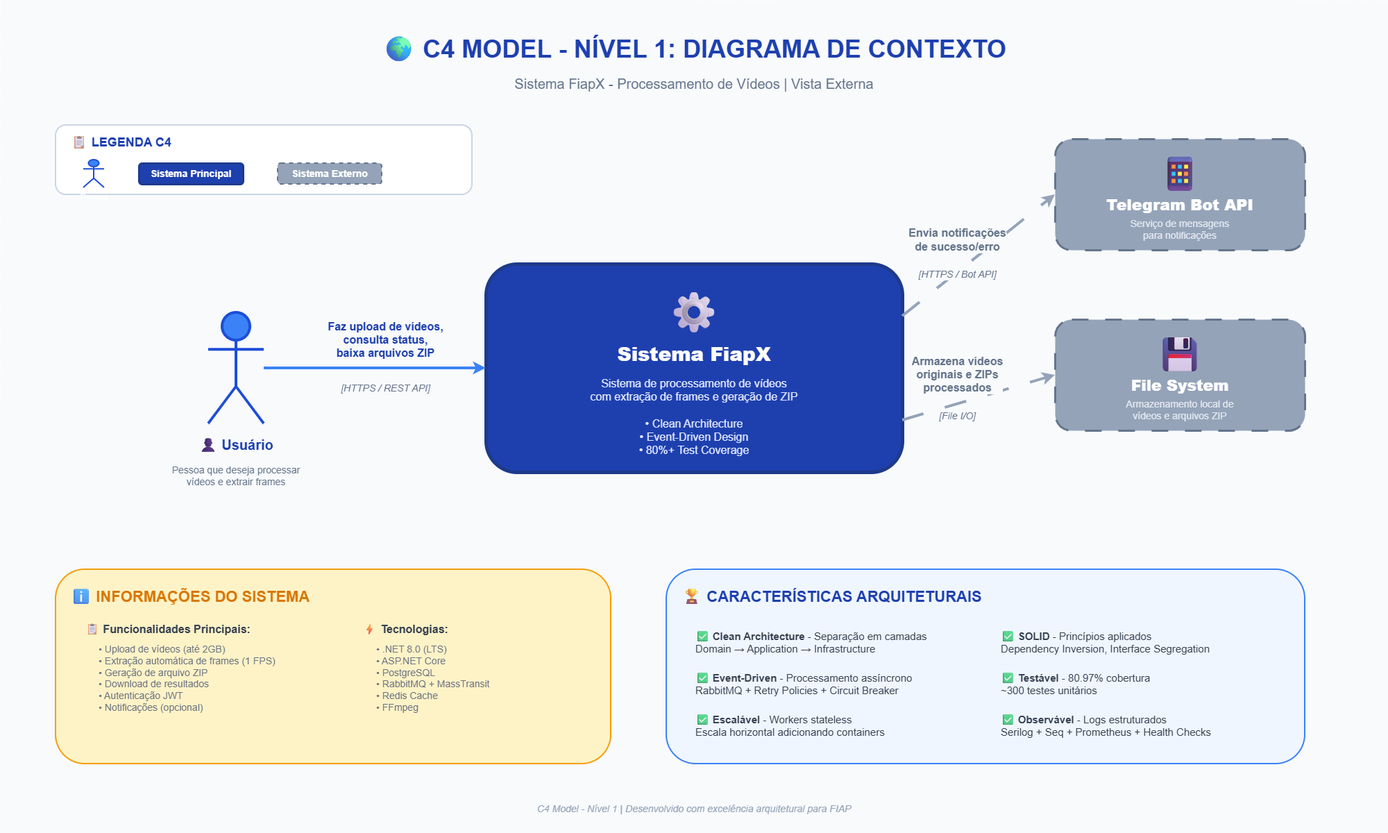
The draw.io diagram docs/diagrams/02-c4-nivel1-contexto.png in PosTechFiap-Entregas/TechChallenge-fase-5-FIAP, before a commit. Source tidied: cells renumbered, new cells last; positions are measured from the earlier drawing's top-left corner, leaving out a move shared by most shapes. Source of this version:
```xml
<mxGraphModel>
  <root>
    <mxCell id="0" />
    <mxCell id="1" parent="0" />
    <mxCell id="2" style="rounded=0;whiteSpace=wrap;html=1;fillColor=#f8fafc;strokeColor=none;" parent="1" vertex="1">
      <mxGeometry width="2000" height="1200" as="geometry" />
    </mxCell>
    <mxCell id="3" value="🌍 C4 MODEL - NÍVEL 1: DIAGRAMA DE CONTEXTO" style="text;html=1;strokeColor=none;fillColor=none;align=center;verticalAlign=middle;whiteSpace=wrap;rounded=0;fontSize=36;fontStyle=1;fontColor=#1e40af;" parent="1" vertex="1">
      <mxGeometry x="400" y="40" width="1200" height="60" as="geometry" />
    </mxCell>
    <mxCell id="4" value="Sistema FiapX - Processamento de Vídeos | Vista Externa" style="text;html=1;strokeColor=none;fillColor=none;align=center;verticalAlign=middle;whiteSpace=wrap;rounded=0;fontSize=20;fontColor=#64748b;" parent="1" vertex="1">
      <mxGeometry x="500" y="100" width="1000" height="40" as="geometry" />
    </mxCell>
    <mxCell id="5" style="rounded=1;whiteSpace=wrap;html=1;fillColor=#ffffff;strokeColor=#cbd5e1;strokeWidth=2;" parent="1" vertex="1">
      <mxGeometry x="80" y="180" width="600" height="100" as="geometry" />
    </mxCell>
    <mxCell id="6" value="📋 LEGENDA C4" style="text;html=1;strokeColor=none;fillColor=none;align=left;verticalAlign=middle;whiteSpace=wrap;rounded=0;fontSize=18;fontStyle=1;fontColor=#1e40af;" parent="1" vertex="1">
      <mxGeometry x="100" y="190" width="200" height="30" as="geometry" />
    </mxCell>
    <mxCell id="7" value="Pessoa" style="shape=umlActor;verticalLabelPosition=bottom;verticalAlign=top;html=1;fillColor=#3b82f6;strokeColor=#1d4ed8;strokeWidth=2;" parent="1" vertex="1">
      <mxGeometry x="120" y="230" width="30" height="40" as="geometry" />
    </mxCell>
    <mxCell id="8" value="Sistema Principal" style="rounded=1;whiteSpace=wrap;html=1;fillColor=#1e40af;strokeColor=#1e3a8a;strokeWidth=3;fontColor=#ffffff;fontStyle=1;fontSize=14;" parent="1" vertex="1">
      <mxGeometry x="200" y="235" width="150" height="30" as="geometry" />
    </mxCell>
    <mxCell id="9" value="Sistema Externo" style="rounded=1;whiteSpace=wrap;html=1;fillColor=#94a3b8;strokeColor=#64748b;strokeWidth=2;fontColor=#ffffff;fontStyle=1;fontSize=14;dashed=1;" parent="1" vertex="1">
      <mxGeometry x="400" y="235" width="150" height="30" as="geometry" />
    </mxCell>
    <mxCell id="10" style="shape=umlActor;verticalLabelPosition=bottom;verticalAlign=top;html=1;fillColor=#3b82f6;strokeColor=#1d4ed8;strokeWidth=4;" parent="1" vertex="1">
      <mxGeometry x="300" y="450" width="80" height="160" as="geometry" />
    </mxCell>
    <mxCell id="11" value="&lt;b&gt;👤 Usuário&lt;/b&gt;" style="text;html=1;strokeColor=none;fillColor=none;align=center;verticalAlign=middle;whiteSpace=wrap;rounded=0;fontSize=20;fontColor=#1e40af;" parent="1" vertex="1">
      <mxGeometry x="240" y="620" width="200" height="40" as="geometry" />
    </mxCell>
    <mxCell id="12" value="Pessoa que deseja processar&#10;vídeos e extrair frames" style="text;html=1;strokeColor=none;fillColor=none;align=center;verticalAlign=middle;whiteSpace=wrap;rounded=0;fontSize=14;fontColor=#64748b;" parent="1" vertex="1">
      <mxGeometry x="190" y="660" width="300" height="50" as="geometry" />
    </mxCell>
    <mxCell id="13" style="rounded=1;whiteSpace=wrap;html=1;fillColor=#1e40af;strokeColor=#1e3a8a;strokeWidth=5;" parent="1" vertex="1">
      <mxGeometry x="700" y="380" width="600" height="300" as="geometry" />
    </mxCell>
    <mxCell id="14" value="⚙️" style="text;html=1;strokeColor=none;fillColor=none;align=center;verticalAlign=middle;whiteSpace=wrap;rounded=0;fontSize=60;" parent="1" vertex="1">
      <mxGeometry x="970" y="420" width="60" height="60" as="geometry" />
    </mxCell>
    <mxCell id="15" value="&lt;b&gt;Sistema FiapX&lt;/b&gt;" style="text;html=1;strokeColor=none;fillColor=none;align=center;verticalAlign=middle;whiteSpace=wrap;rounded=0;fontSize=28;fontColor=#ffffff;fontStyle=1;" parent="1" vertex="1">
      <mxGeometry x="750" y="490" width="500" height="40" as="geometry" />
    </mxCell>
    <mxCell id="16" value="Sistema de processamento de vídeos&#10;com extração de frames e geração de ZIP&#10;&#10;• Clean Architecture&#10;• Event-Driven Design&#10;• 80%+ Test Coverage" style="text;html=1;strokeColor=none;fillColor=none;align=center;verticalAlign=middle;whiteSpace=wrap;rounded=0;fontSize=16;fontColor=#e0e7ff;" parent="1" vertex="1">
      <mxGeometry x="750" y="540" width="500" height="120" as="geometry" />
    </mxCell>
    <mxCell id="17" style="rounded=1;whiteSpace=wrap;html=1;fillColor=#94a3b8;strokeColor=#64748b;strokeWidth=3;dashed=1;dashPattern=8 8;" parent="1" vertex="1">
      <mxGeometry x="1520" y="200" width="360" height="160" as="geometry" />
    </mxCell>
    <mxCell id="18" value="📱" style="text;html=1;strokeColor=none;fillColor=none;align=center;verticalAlign=middle;whiteSpace=wrap;rounded=0;fontSize=50;" parent="1" vertex="1">
      <mxGeometry x="1670" y="220" width="60" height="60" as="geometry" />
    </mxCell>
    <mxCell id="19" value="&lt;b&gt;Telegram Bot API&lt;/b&gt;" style="text;html=1;strokeColor=none;fillColor=none;align=center;verticalAlign=middle;whiteSpace=wrap;rounded=0;fontSize=22;fontColor=#ffffff;fontStyle=1;" parent="1" vertex="1">
      <mxGeometry x="1550" y="280" width="300" height="30" as="geometry" />
    </mxCell>
    <mxCell id="20" value="Serviço de mensagens&#10;para notificações" style="text;html=1;strokeColor=none;fillColor=none;align=center;verticalAlign=middle;whiteSpace=wrap;rounded=0;fontSize=14;fontColor=#e2e8f0;" parent="1" vertex="1">
      <mxGeometry x="1550" y="310" width="300" height="40" as="geometry" />
    </mxCell>
    <mxCell id="21" style="rounded=1;whiteSpace=wrap;html=1;fillColor=#94a3b8;strokeColor=#64748b;strokeWidth=3;dashed=1;dashPattern=8 8;" parent="1" vertex="1">
      <mxGeometry x="1520" y="460" width="360" height="160" as="geometry" />
    </mxCell>
    <mxCell id="22" value="💾" style="text;html=1;strokeColor=none;fillColor=none;align=center;verticalAlign=middle;whiteSpace=wrap;rounded=0;fontSize=50;" parent="1" vertex="1">
      <mxGeometry x="1670" y="480" width="60" height="60" as="geometry" />
    </mxCell>
    <mxCell id="23" value="&lt;b&gt;File System&lt;/b&gt;" style="text;html=1;strokeColor=none;fillColor=none;align=center;verticalAlign=middle;whiteSpace=wrap;rounded=0;fontSize=22;fontColor=#ffffff;fontStyle=1;" parent="1" vertex="1">
      <mxGeometry x="1550" y="540" width="300" height="30" as="geometry" />
    </mxCell>
    <mxCell id="24" value="Armazenamento local de&#10;vídeos e arquivos ZIP" style="text;html=1;strokeColor=none;fillColor=none;align=center;verticalAlign=middle;whiteSpace=wrap;rounded=0;fontSize=14;fontColor=#e2e8f0;" parent="1" vertex="1">
      <mxGeometry x="1550" y="570" width="300" height="40" as="geometry" />
    </mxCell>
    <mxCell id="25" style="endArrow=classic;html=1;strokeWidth=4;strokeColor=#3b82f6;exitX=1;exitY=0.5;exitDx=0;exitDy=0;entryX=0;entryY=0.5;entryDx=0;entryDy=0;" parent="1" edge="1" source="10" target="13">
      <mxGeometry relative="1" as="geometry" />
    </mxCell>
    <mxCell id="26" value="&lt;b&gt;Faz upload de vídeos,&#10;consulta status,&#10;baixa arquivos ZIP&lt;/b&gt;" style="edgeLabel;html=1;align=center;verticalAlign=middle;fontSize=16;fontColor=#1e40af;labelBackgroundColor=#f8fafc;fontStyle=0;" parent="25" vertex="1">
      <mxGeometry x="-0.1" y="2" relative="1" as="geometry">
        <mxPoint x="30" y="-40" as="offset" />
      </mxGeometry>
    </mxCell>
    <mxCell id="27" value="[HTTPS / REST API]" style="edgeLabel;html=1;align=center;verticalAlign=middle;fontSize=14;fontColor=#64748b;labelBackgroundColor=#f8fafc;fontStyle=2;" parent="25" vertex="1">
      <mxGeometry x="-0.1" y="2" relative="1" as="geometry">
        <mxPoint x="30" y="30" as="offset" />
      </mxGeometry>
    </mxCell>
    <mxCell id="28" style="endArrow=classic;html=1;strokeWidth=4;strokeColor=#94a3b8;exitX=1;exitY=0.25;exitDx=0;exitDy=0;entryX=0;entryY=0.5;entryDx=0;entryDy=0;dashed=1;dashPattern=8 8;" parent="1" edge="1" source="13" target="17">
      <mxGeometry relative="1" as="geometry" />
    </mxCell>
    <mxCell id="29" value="&lt;b&gt;Envia notificações&#10;de sucesso/erro&lt;/b&gt;" style="edgeLabel;html=1;align=center;verticalAlign=middle;fontSize=16;fontColor=#64748b;labelBackgroundColor=#f8fafc;" parent="28" vertex="1">
      <mxGeometry x="-0.1" y="2" relative="1" as="geometry">
        <mxPoint x="-20" y="-30" as="offset" />
      </mxGeometry>
    </mxCell>
    <mxCell id="30" value="[HTTPS / Bot API]" style="edgeLabel;html=1;align=center;verticalAlign=middle;fontSize=14;fontColor=#64748b;labelBackgroundColor=#f8fafc;fontStyle=2;" parent="28" vertex="1">
      <mxGeometry x="-0.1" y="2" relative="1" as="geometry">
        <mxPoint x="-20" y="20" as="offset" />
      </mxGeometry>
    </mxCell>
    <mxCell id="31" style="endArrow=classic;html=1;strokeWidth=4;strokeColor=#94a3b8;exitX=1;exitY=0.75;exitDx=0;exitDy=0;entryX=0;entryY=0.5;entryDx=0;entryDy=0;dashed=1;dashPattern=8 8;" parent="1" edge="1" source="13" target="21">
      <mxGeometry relative="1" as="geometry" />
    </mxCell>
    <mxCell id="32" value="&lt;b&gt;Armazena vídeos&#10;originais e ZIPs&#10;processados&lt;/b&gt;" style="edgeLabel;html=1;align=center;verticalAlign=middle;fontSize=16;fontColor=#64748b;labelBackgroundColor=#f8fafc;" parent="31" vertex="1">
      <mxGeometry x="-0.1" y="2" relative="1" as="geometry">
        <mxPoint x="-20" y="-35" as="offset" />
      </mxGeometry>
    </mxCell>
    <mxCell id="33" value="[File I/O]" style="edgeLabel;html=1;align=center;verticalAlign=middle;fontSize=14;fontColor=#64748b;labelBackgroundColor=#f8fafc;fontStyle=2;" parent="31" vertex="1">
      <mxGeometry x="-0.1" y="2" relative="1" as="geometry">
        <mxPoint x="-20" y="25" as="offset" />
      </mxGeometry>
    </mxCell>
    <mxCell id="34" style="rounded=1;whiteSpace=wrap;html=1;fillColor=#fef3c7;strokeColor=#f59e0b;strokeWidth=2;" parent="1" vertex="1">
      <mxGeometry x="80" y="820" width="800" height="280" as="geometry" />
    </mxCell>
    <mxCell id="35" value="ℹ️ INFORMAÇÕES DO SISTEMA" style="text;html=1;strokeColor=none;fillColor=none;align=left;verticalAlign=middle;whiteSpace=wrap;rounded=0;fontSize=22;fontStyle=1;fontColor=#d97706;" parent="1" vertex="1">
      <mxGeometry x="100" y="840" width="400" height="40" as="geometry" />
    </mxCell>
    <mxCell id="36" value="&lt;b&gt;📋 Funcionalidades Principais:&lt;/b&gt;" style="text;html=1;strokeColor=none;fillColor=none;align=left;verticalAlign=top;whiteSpace=wrap;rounded=0;fontSize=16;fontColor=#374151;" parent="1" vertex="1">
      <mxGeometry x="120" y="890" width="350" height="30" as="geometry" />
    </mxCell>
    <mxCell id="37" value="• Upload de vídeos (até 2GB)&#10;• Extração automática de frames (1 FPS)&#10;• Geração de arquivo ZIP&#10;• Download de resultados&#10;• Autenticação JWT&#10;• Notificações (opcional)" style="text;html=1;strokeColor=none;fillColor=none;align=left;verticalAlign=top;whiteSpace=wrap;rounded=0;fontSize=14;fontColor=#6b7280;" parent="1" vertex="1">
      <mxGeometry x="140" y="920" width="350" height="160" as="geometry" />
    </mxCell>
    <mxCell id="38" value="&lt;b&gt;⚡ Tecnologias:&lt;/b&gt;" style="text;html=1;strokeColor=none;fillColor=none;align=left;verticalAlign=top;whiteSpace=wrap;rounded=0;fontSize=16;fontColor=#374151;" parent="1" vertex="1">
      <mxGeometry x="520" y="890" width="350" height="30" as="geometry" />
    </mxCell>
    <mxCell id="39" value="• .NET 8.0 (LTS)&#10;• ASP.NET Core&#10;• PostgreSQL&#10;• RabbitMQ + MassTransit&#10;• Redis Cache&#10;• FFmpeg" style="text;html=1;strokeColor=none;fillColor=none;align=left;verticalAlign=top;whiteSpace=wrap;rounded=0;fontSize=14;fontColor=#6b7280;" parent="1" vertex="1">
      <mxGeometry x="540" y="920" width="320" height="160" as="geometry" />
    </mxCell>
    <mxCell id="40" style="rounded=1;whiteSpace=wrap;html=1;fillColor=#eff6ff;strokeColor=#3b82f6;strokeWidth=2;" parent="1" vertex="1">
      <mxGeometry x="960" y="820" width="920" height="280" as="geometry" />
    </mxCell>
    <mxCell id="41" value="🏆 CARACTERÍSTICAS ARQUITETURAIS" style="text;html=1;strokeColor=none;fillColor=none;align=left;verticalAlign=middle;whiteSpace=wrap;rounded=0;fontSize=22;fontStyle=1;fontColor=#1e40af;" parent="1" vertex="1">
      <mxGeometry x="980" y="840" width="500" height="40" as="geometry" />
    </mxCell>
    <mxCell id="42" value="✅ &lt;b&gt;Clean Architecture&lt;/b&gt; - Separação em camadas&#10;     Domain → Application → Infrastructure" style="text;html=1;strokeColor=none;fillColor=none;align=left;verticalAlign=middle;whiteSpace=wrap;rounded=0;fontSize=15;fontColor=#374151;" parent="1" vertex="1">
      <mxGeometry x="1000" y="900" width="420" height="50" as="geometry" />
    </mxCell>
    <mxCell id="43" value="✅ &lt;b&gt;Event-Driven&lt;/b&gt; - Processamento assíncrono&#10;     RabbitMQ + Retry Policies + Circuit Breaker" style="text;html=1;strokeColor=none;fillColor=none;align=left;verticalAlign=middle;whiteSpace=wrap;rounded=0;fontSize=15;fontColor=#374151;" parent="1" vertex="1">
      <mxGeometry x="1000" y="960" width="420" height="50" as="geometry" />
    </mxCell>
    <mxCell id="44" value="✅ &lt;b&gt;Escalável&lt;/b&gt; - Workers stateless&#10;     Escala horizontal adicionando containers" style="text;html=1;strokeColor=none;fillColor=none;align=left;verticalAlign=middle;whiteSpace=wrap;rounded=0;fontSize=15;fontColor=#374151;" parent="1" vertex="1">
      <mxGeometry x="1000" y="1020" width="420" height="50" as="geometry" />
    </mxCell>
    <mxCell id="45" value="✅ &lt;b&gt;SOLID&lt;/b&gt; - Princípios aplicados&#10;     Dependency Inversion, Interface Segregation" style="text;html=1;strokeColor=none;fillColor=none;align=left;verticalAlign=middle;whiteSpace=wrap;rounded=0;fontSize=15;fontColor=#374151;" parent="1" vertex="1">
      <mxGeometry x="1440" y="900" width="420" height="50" as="geometry" />
    </mxCell>
    <mxCell id="46" value="✅ &lt;b&gt;Testável&lt;/b&gt; - 80.97% cobertura&#10;     ~300 testes unitários" style="text;html=1;strokeColor=none;fillColor=none;align=left;verticalAlign=middle;whiteSpace=wrap;rounded=0;fontSize=15;fontColor=#374151;" parent="1" vertex="1">
      <mxGeometry x="1440" y="960" width="420" height="50" as="geometry" />
    </mxCell>
    <mxCell id="47" value="✅ &lt;b&gt;Observável&lt;/b&gt; - Logs estruturados&#10;     Serilog + Seq + Prometheus + Health Checks" style="text;html=1;strokeColor=none;fillColor=none;align=left;verticalAlign=middle;whiteSpace=wrap;rounded=0;fontSize=15;fontColor=#374151;" parent="1" vertex="1">
      <mxGeometry x="1440" y="1020" width="420" height="50" as="geometry" />
    </mxCell>
    <mxCell id="48" value="C4 Model - Nível 1 | Desenvolvido com excelência arquitetural para FIAP" style="text;html=1;strokeColor=none;fillColor=none;align=center;verticalAlign=middle;whiteSpace=wrap;rounded=0;fontSize=14;fontColor=#94a3b8;fontStyle=2;" parent="1" vertex="1">
      <mxGeometry x="600" y="1150" width="800" height="30" as="geometry" />
    </mxCell>
  </root>
</mxGraphModel>
```
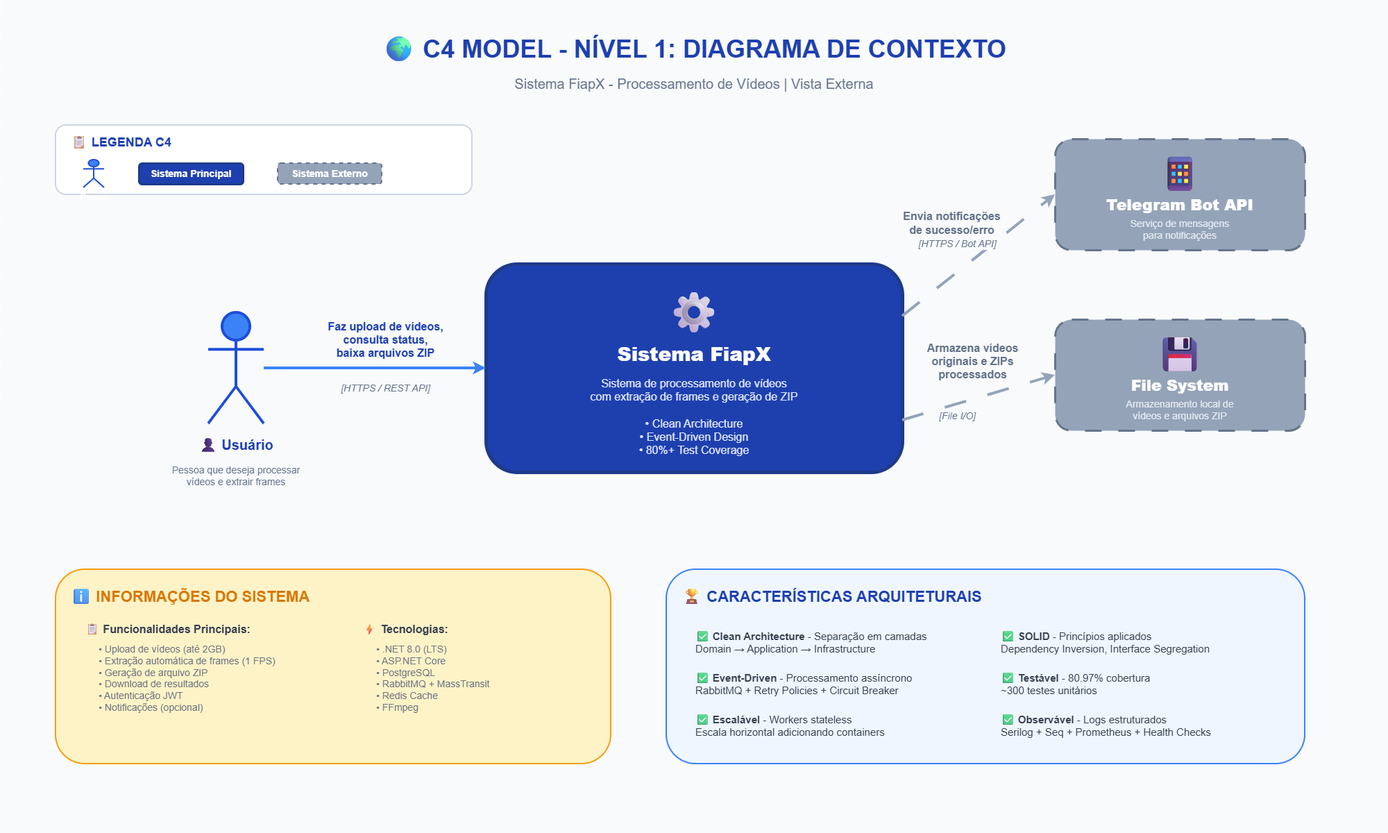
Later version of the same file.

Change to the diagram source:
```diff
@@ -89,12 +89,12 @@
     </mxCell>
     <mxCell id="29" value="&lt;b&gt;Envia notificações&#10;de sucesso/erro&lt;/b&gt;" style="edgeLabel;html=1;align=center;verticalAlign=middle;fontSize=16;fontColor=#64748b;labelBackgroundColor=#f8fafc;" parent="28" vertex="1">
       <mxGeometry x="-0.1" y="2" relative="1" as="geometry">
-        <mxPoint x="-20" y="-30" as="offset" />
+        <mxPoint x="-28" y="-54" as="offset" />
       </mxGeometry>
     </mxCell>
     <mxCell id="30" value="[HTTPS / Bot API]" style="edgeLabel;html=1;align=center;verticalAlign=middle;fontSize=14;fontColor=#64748b;labelBackgroundColor=#f8fafc;fontStyle=2;" parent="28" vertex="1">
       <mxGeometry x="-0.1" y="2" relative="1" as="geometry">
-        <mxPoint x="-20" y="20" as="offset" />
+        <mxPoint x="-20" y="-24" as="offset" />
       </mxGeometry>
     </mxCell>
     <mxCell id="31" style="endArrow=classic;html=1;strokeWidth=4;strokeColor=#94a3b8;exitX=1;exitY=0.75;exitDx=0;exitDy=0;entryX=0;entryY=0.5;entryDx=0;entryDy=0;dashed=1;dashPattern=8 8;" parent="1" edge="1" source="13" target="21">
@@ -102,7 +102,7 @@
     </mxCell>
     <mxCell id="32" value="&lt;b&gt;Armazena vídeos&#10;originais e ZIPs&#10;processados&lt;/b&gt;" style="edgeLabel;html=1;align=center;verticalAlign=middle;fontSize=16;fontColor=#64748b;labelBackgroundColor=#f8fafc;" parent="31" vertex="1">
       <mxGeometry x="-0.1" y="2" relative="1" as="geometry">
-        <mxPoint x="-20" y="-35" as="offset" />
+        <mxPoint x="2" y="-54" as="offset" />
       </mxGeometry>
     </mxCell>
     <mxCell id="33" value="[File I/O]" style="edgeLabel;html=1;align=center;verticalAlign=middle;fontSize=14;fontColor=#64748b;labelBackgroundColor=#f8fafc;fontStyle=2;" parent="31" vertex="1">
@@ -152,8 +152,5 @@
     <mxCell id="47" value="✅ &lt;b&gt;Observável&lt;/b&gt; - Logs estruturados&#10;     Serilog + Seq + Prometheus + Health Checks" style="text;html=1;strokeColor=none;fillColor=none;align=left;verticalAlign=middle;whiteSpace=wrap;rounded=0;fontSize=15;fontColor=#374151;" parent="1" vertex="1">
       <mxGeometry x="1440" y="1020" width="420" height="50" as="geometry" />
     </mxCell>
-    <mxCell id="48" value="C4 Model - Nível 1 | Desenvolvido com excelência arquitetural para FIAP" style="text;html=1;strokeColor=none;fillColor=none;align=center;verticalAlign=middle;whiteSpace=wrap;rounded=0;fontSize=14;fontColor=#94a3b8;fontStyle=2;" parent="1" vertex="1">
-      <mxGeometry x="600" y="1150" width="800" height="30" as="geometry" />
-    </mxCell>
   </root>
 </mxGraphModel>
```
